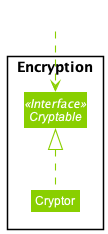
Above: docs/images/EncryptionClassDiagram.png in nus-cs2103-AY2122S1/tp (PlantUML), before the change. The source it was exported from:
```plantuml
@startuml
!include style.puml
skinparam arrowThickness 1.1
skinparam arrowColor ENCRYPTION_COLOR
skinparam classBackgroundColor ENCRYPTION_COLOR

Package Encryption <<Rectangle>>{
Interface Cryptable <<Interface>>
Class Cryptor
}

Class HiddenOutside #FFFFFF
HiddenOutside ..> Cryptable

Cryptor .up.|> Cryptable
@enduml
```
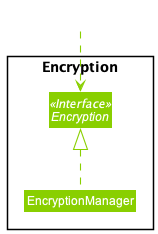
Above is the later version.

Commit message:
Rename Cryptor to EncryptionManager

Change to the diagram source:
```diff
@@ -5,12 +5,12 @@
 skinparam classBackgroundColor ENCRYPTION_COLOR
 
 Package Encryption <<Rectangle>>{
-Interface Cryptable <<Interface>>
-Class Cryptor
+Interface Encryption <<Interface>>
+Class EncryptionManager
 }
 
 Class HiddenOutside #FFFFFF
-HiddenOutside ..> Cryptable
+HiddenOutside ..> Encryption
 
-Cryptor .up.|> Cryptable
+EncryptionManager .up.|> Encryption
 @enduml
```
